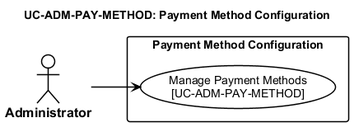
qingfa-dev/ReSys.Shop keeps this PlantUML diagram as thesis/figures/chapters/part2/ch2-design/02-use-cases/diagrams/P2S2.2.2_usecase-payment-method-config.png. Above is the earlier version.
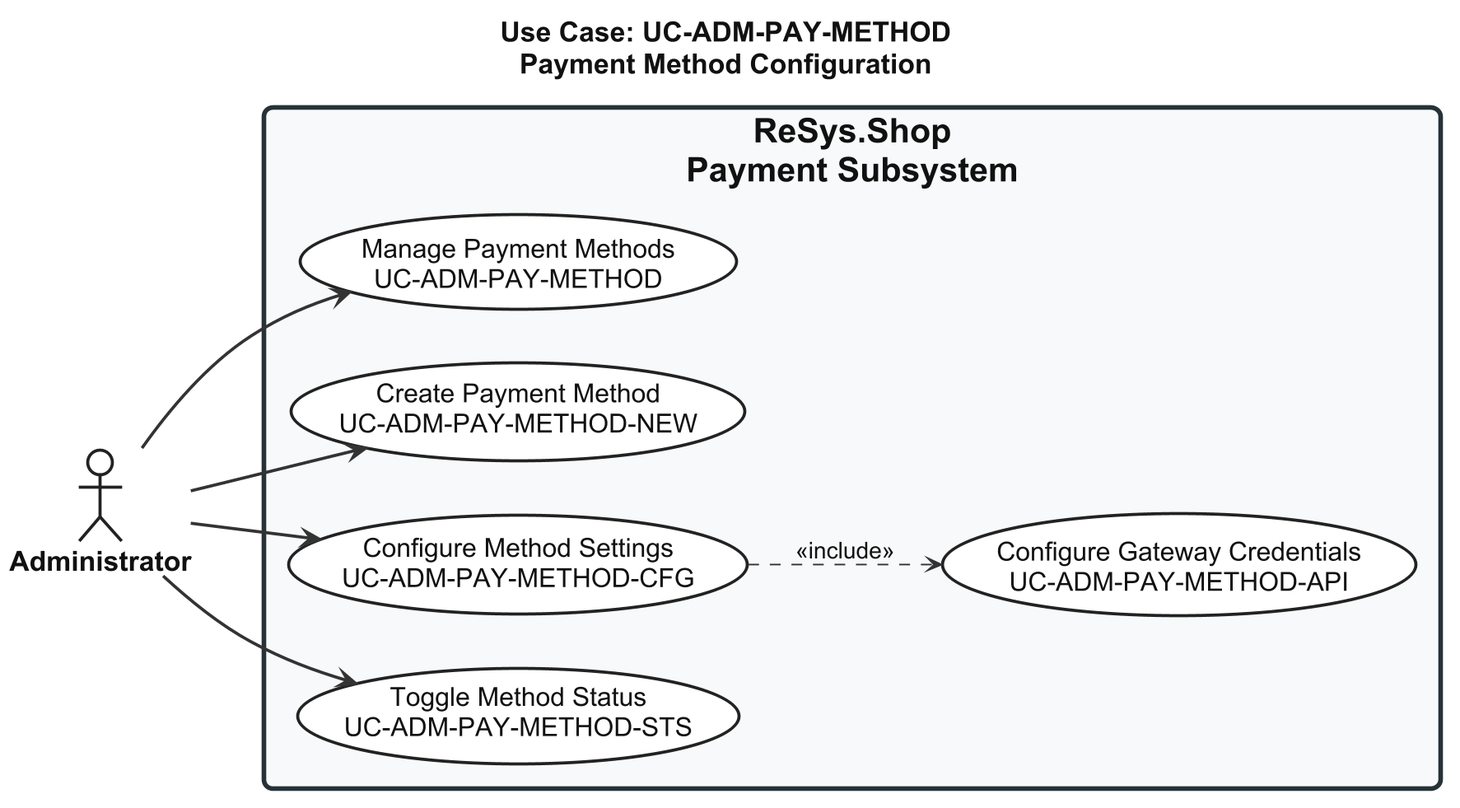
Above is the later version.

The edit, as a diff of the source:
```diff
@@ -1,46 +1,84 @@
 @startuml usecase-payment-method-config
+
 left to right direction
 
+skinparam shadowing false
+skinparam dpi 180
+
 <style>
-  root {
-    FontName "Arial"
-    FontSize 14
-    Shadowing 0
-  }
-  actor {
-    BackGroundColor #FFFFFF
-    LineColor #000000
-    LineThickness 1.5
-    FontColor #000000
-    FontStyle bold
-    FontSize 16
-  }
-  usecase {
-    BackGroundColor #FFFFFF
-    LineColor #000000
-    LineThickness 1.5
-    FontColor #000000
-  }
-  rectangle {
-    BackGroundColor #FFFFFF
-    LineColor #000000
-    LineThickness 1.5
-    FontStyle bold
-  }
-  arrow {
-    LineColor #000000
-    LineThickness 1.5
-    FontSize 12
-  }
+
+root {
+  FontName "Arial"
+  FontSize 18
+  FontColor #111111
+}
+
+actor {
+  FontName "Arial"
+  FontSize 18
+  FontStyle bold
+  FontColor #111111
+  BackgroundColor #FFFFFF
+  LineColor #222222
+  LineThickness 2
+}
+
+usecase {
+  FontName "Arial"
+  FontSize 17
+  FontColor #111111
+  FontStyle plain
+  BackgroundColor #FFFFFF
+  LineColor #222222
+  LineThickness 2
+  Padding 18
+}
+
+rectangle {
+  FontName "Arial"
+  FontSize 22
+  FontStyle bold
+  FontColor #111111
+  BackgroundColor #F7F9FA
+  LineColor #263238
+  LineThickness 3
+  RoundCorner 12
+  Padding 30
+}
+
+arrow {
+  FontName "Arial"
+  FontSize 15
+  FontColor #111111
+  LineColor #333333
+  LineThickness 2
+}
+
 </style>
-title UC-ADM-PAY-METHOD: Payment Method Configuration
+
+title Use Case: UC-ADM-PAY-METHOD\nPayment Method Configuration
 
 actor "Administrator" as Admin
 
-rectangle "Payment Method Configuration" {
-  usecase "Manage Payment Methods\n[UC-ADM-PAY-METHOD]" as UC_MAIN
+rectangle "ReSys.Shop\nPayment Subsystem" {
+
+  usecase "Manage Payment Methods\nUC-ADM-PAY-METHOD" as UC_MAIN
+
+  usecase "Create Payment Method\nUC-ADM-PAY-METHOD-NEW" as UC_CREATE
+
+  usecase "Configure Method Settings\nUC-ADM-PAY-METHOD-CFG" as UC_CONFIG
+
+  usecase "Toggle Method Status\nUC-ADM-PAY-METHOD-STS" as UC_TOGGLE
+
+  usecase "Configure Gateway Credentials\nUC-ADM-PAY-METHOD-API" as UC_API
+
 }
 
 Admin --> UC_MAIN
+Admin --> UC_CREATE
+Admin --> UC_CONFIG
+Admin --> UC_TOGGLE
+
+UC_CONFIG ..> UC_API : <<include>>
 
 @enduml
```
